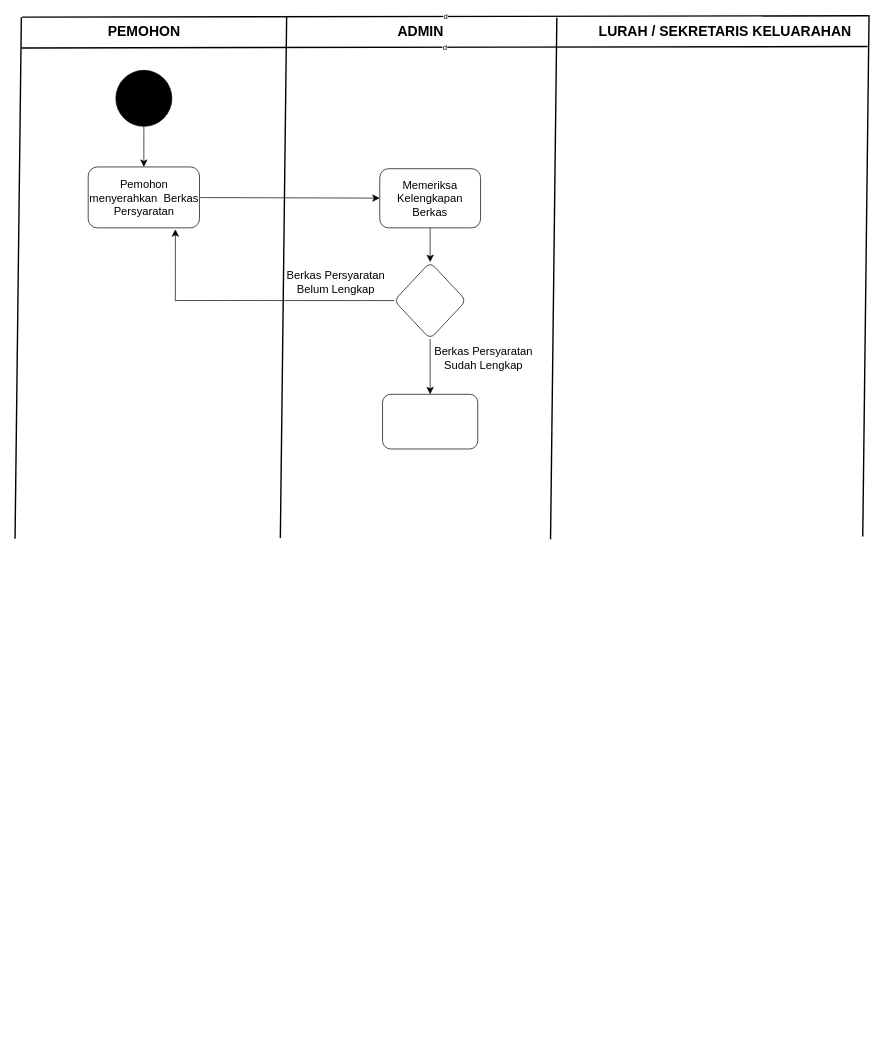
The draw.io diagram Entity PKL.drawio in dickisepto/Latihan-GIT, before the edit. Source tidied: cells renumbered, new cells numbered last; positions are measured from the earlier drawing's top-left corner, leaving out a move shared by most shapes. Both pictures are drawn from the tidied source at 70%, with x=0, y=0 at pixel (15, 15).
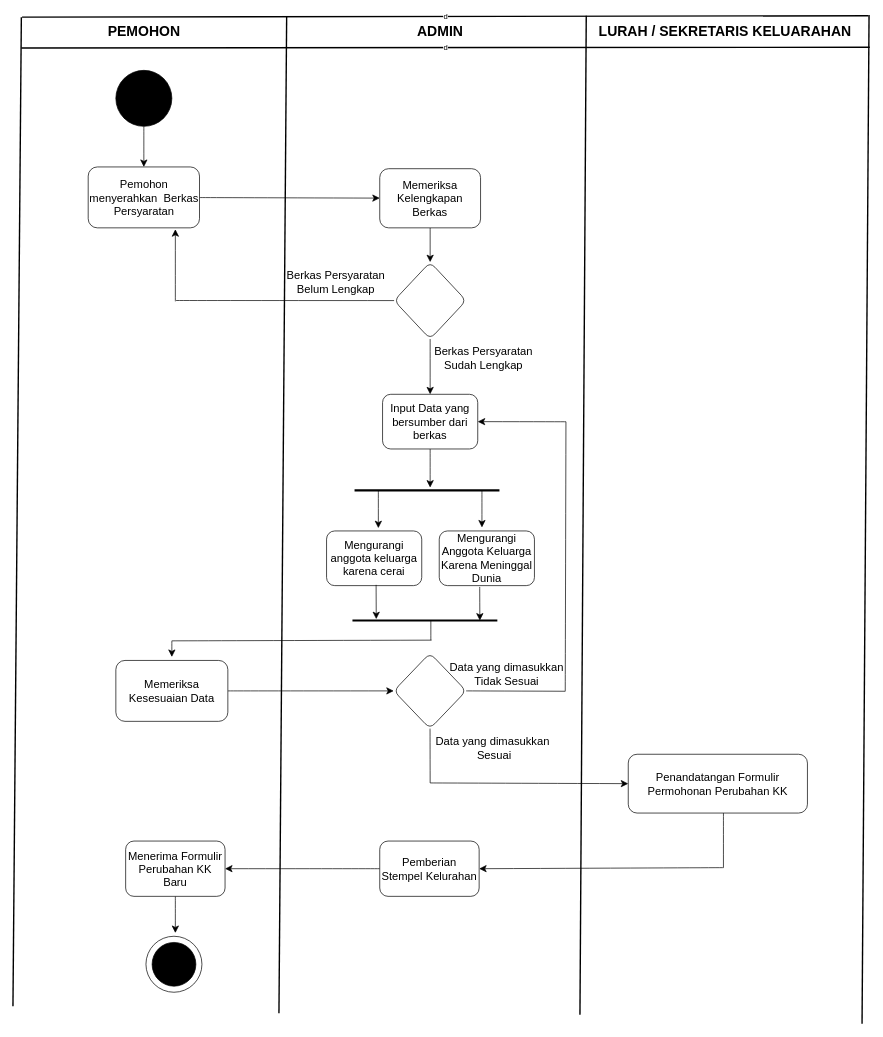
Above is the later version.

Change to the diagram source:
```diff
@@
     <mxCell id="4" value="ADMIN" style="text;html=1;align=center;verticalAlign=middle;fontSize=20;strokeWidth=2;fontStyle=1;" parent="1" vertex="1">
-      <mxGeometry x="537" y="4" width="84" height="36" as="geometry" />
+      <mxGeometry x="565" y="4" width="84" height="36" as="geometry" />
     </mxCell>
@@
     <mxCell id="6" value="d" style="endArrow=none;html=1;rounded=0;strokeColor=default;strokeWidth=2;" parent="1" edge="1">
       <mxGeometry relative="1" as="geometry">
         <mxPoint x="9" y="47" as="sourcePoint" />
-        <mxPoint x="1218" y="45" as="targetPoint" />
+        <mxPoint x="1221" y="46" as="targetPoint" />
       </mxGeometry>
     </mxCell>
     <mxCell id="7" style="endArrow=none;html=1;rounded=0;fontSize=12;startSize=8;endSize=8;curved=1;strokeWidth=2;" parent="1" edge="1">
       <mxGeometry relative="1" as="geometry">
-        <mxPoint y="748" as="sourcePoint" />
+        <mxPoint x="-3" y="1416" as="sourcePoint" />
         <mxPoint x="9" y="3" as="targetPoint" />
       </mxGeometry>
     </mxCell>
     <mxCell id="8" style="endArrow=none;html=1;rounded=0;fontSize=12;startSize=8;endSize=8;curved=1;strokeWidth=2;" parent="1" edge="1">
       <mxGeometry relative="1" as="geometry">
-        <mxPoint x="1211" y="745" as="sourcePoint" />
+        <mxPoint x="1210" y="1441" as="sourcePoint" />
         <mxPoint x="1220" as="targetPoint" />
       </mxGeometry>
     </mxCell>
     <mxCell id="9" style="endArrow=none;html=1;rounded=0;fontSize=12;startSize=8;endSize=8;curved=1;strokeWidth=2;" parent="1" edge="1">
       <mxGeometry relative="1" as="geometry">
-        <mxPoint x="379" y="747" as="sourcePoint" />
+        <mxPoint x="377" y="1426" as="sourcePoint" />
         <mxPoint x="388" y="2" as="targetPoint" />
       </mxGeometry>
     </mxCell>
     <mxCell id="10" style="endArrow=none;html=1;rounded=0;fontSize=12;startSize=8;endSize=8;curved=1;strokeWidth=2;" parent="1" edge="1">
       <mxGeometry relative="1" as="geometry">
-        <mxPoint x="765" y="749" as="sourcePoint" />
-        <mxPoint x="774" y="4" as="targetPoint" />
+        <mxPoint x="807" y="1428" as="sourcePoint" />
+        <mxPoint x="816" y="1" as="targetPoint" />
       </mxGeometry>
     </mxCell>
@@
+    <mxCell id="24" style="edgeStyle=none;curved=1;rounded=0;jettySize=auto;html=1;fontSize=12;startSize=8;endSize=8;" parent="1" edge="1" source="22">
+      <mxGeometry relative="1" as="geometry">
+        <mxPoint x="593" y="675" as="targetPoint" />
+      </mxGeometry>
+    </mxCell>
-    <mxCell id="22" style="whiteSpace=wrap;html=1;fontSize=16;rounded=1;" parent="1" vertex="1">
+    <mxCell id="22" value="Input Data yang bersumber dari berkas " style="whiteSpace=wrap;html=1;fontSize=16;rounded=1;" parent="1" vertex="1">
       <mxGeometry x="525" y="541.8" width="136" height="78.1" as="geometry" />
     </mxCell>
@@
+    <mxCell id="25" style="endArrow=none;html=1;rounded=0;fontSize=12;startSize=8;endSize=8;curved=1;strokeWidth=3;" parent="1" edge="1">
+      <mxGeometry relative="1" as="geometry">
+        <mxPoint x="485" y="679" as="sourcePoint" />
+        <mxPoint x="692" y="679" as="targetPoint" />
+      </mxGeometry>
+    </mxCell>
+    <mxCell id="26" style="endArrow=classic;html=1;rounded=0;fontSize=12;startSize=8;endSize=8;curved=1;" parent="1" edge="1">
+      <mxGeometry relative="1" as="geometry">
+        <mxPoint x="519" y="679" as="sourcePoint" />
+        <mxPoint x="519" y="733" as="targetPoint" />
+      </mxGeometry>
+    </mxCell>
+    <mxCell id="27" style="endArrow=classic;html=1;rounded=0;fontSize=12;startSize=8;endSize=8;curved=1;" parent="1" edge="1">
+      <mxGeometry relative="1" as="geometry">
+        <mxPoint x="667" y="679" as="sourcePoint" />
+        <mxPoint x="667" y="732" as="targetPoint" />
+      </mxGeometry>
+    </mxCell>
+    <mxCell id="28" value="Mengurangi anggota keluarga karena cerai" style="whiteSpace=wrap;html=1;fontSize=16;rounded=1;" parent="1" vertex="1">
+      <mxGeometry x="445" y="737" width="136" height="78.1" as="geometry" />
+    </mxCell>
+    <mxCell id="29" value="Mengurangi Anggota Keluarga Karena Meninggal Dunia" style="whiteSpace=wrap;html=1;fontSize=16;rounded=1;" parent="1" vertex="1">
+      <mxGeometry x="606" y="737" width="136" height="78.1" as="geometry" />
+    </mxCell>
+    <mxCell id="30" style="endArrow=none;html=1;rounded=0;fontSize=12;startSize=8;endSize=8;curved=1;strokeWidth=3;" parent="1" edge="1">
+      <mxGeometry relative="1" as="geometry">
+        <mxPoint x="482" y="865" as="sourcePoint" />
+        <mxPoint x="689" y="865" as="targetPoint" />
+      </mxGeometry>
+    </mxCell>
+    <mxCell id="31" style="endArrow=classic;html=1;rounded=0;fontSize=12;startSize=8;endSize=8;curved=1;" parent="1" edge="1">
+      <mxGeometry relative="1" as="geometry">
+        <mxPoint x="515.8" y="814" as="sourcePoint" />
+        <mxPoint x="516" y="863" as="targetPoint" />
+      </mxGeometry>
+    </mxCell>
+    <mxCell id="32" style="endArrow=classic;html=1;rounded=0;fontSize=12;startSize=8;endSize=8;curved=1;" parent="1" edge="1">
+      <mxGeometry relative="1" as="geometry">
+        <mxPoint x="663.8" y="817" as="sourcePoint" />
+        <mxPoint x="664" y="865" as="targetPoint" />
+      </mxGeometry>
+    </mxCell>
+    <mxCell id="33" style="endArrow=none;html=1;rounded=0;fontSize=12;startSize=8;endSize=8;curved=1;" parent="1" edge="1">
+      <mxGeometry relative="1" as="geometry">
+        <mxPoint x="594" y="893" as="sourcePoint" />
+        <mxPoint x="594" y="865" as="targetPoint" />
+      </mxGeometry>
+    </mxCell>
+    <mxCell id="34" style="endArrow=none;html=1;rounded=0;fontSize=12;startSize=8;endSize=8;curved=1;" parent="1" edge="1">
+      <mxGeometry relative="1" as="geometry">
+        <mxPoint x="224" y="894" as="sourcePoint" />
+        <mxPoint x="595" y="893" as="targetPoint" />
+      </mxGeometry>
+    </mxCell>
+    <mxCell id="35" style="endArrow=classic;html=1;rounded=0;fontSize=12;startSize=8;endSize=8;curved=1;" parent="1" edge="1">
+      <mxGeometry relative="1" as="geometry">
+        <mxPoint x="224" y="894" as="sourcePoint" />
+        <mxPoint x="224" y="917" as="targetPoint" />
+      </mxGeometry>
+    </mxCell>
+    <mxCell id="36" style="edgeStyle=none;curved=1;rounded=0;jettySize=auto;html=1;fontSize=12;startSize=8;endSize=8;" parent="1" edge="1" source="37" target="39">
+      <mxGeometry relative="1" as="geometry" />
+    </mxCell>
+    <mxCell id="37" value="Memeriksa Kesesuaian Data " style="rounded=1;whiteSpace=wrap;html=1;fontSize=16;" parent="1" vertex="1">
+      <mxGeometry x="144" y="922" width="160" height="87" as="geometry" />
+    </mxCell>
+    <mxCell id="38" style="edgeStyle=none;curved=1;rounded=0;jettySize=auto;html=1;fontSize=12;startSize=8;endSize=8;endArrow=none;endFill=0;" parent="1" edge="1" source="39">
+      <mxGeometry relative="1" as="geometry">
+        <mxPoint x="593" y="1097" as="targetPoint" />
+      </mxGeometry>
+    </mxCell>
+    <mxCell id="39" style="rhombus;whiteSpace=wrap;html=1;fontSize=16;rounded=1;" parent="1" vertex="1">
+      <mxGeometry x="541" y="911.5" width="103.5" height="108" as="geometry" />
+    </mxCell>
+    <mxCell id="40" style="endArrow=none;html=1;rounded=0;fontSize=12;startSize=8;endSize=8;curved=1;exitX=1;exitY=0.5;exitDx=0;exitDy=0;" parent="1" edge="1" source="39">
+      <mxGeometry relative="1" as="geometry">
+        <mxPoint x="786" y="966" as="targetPoint" />
+      </mxGeometry>
+    </mxCell>
+    <mxCell id="41" style="endArrow=none;html=1;rounded=0;fontSize=12;startSize=8;endSize=8;curved=1;" parent="1" edge="1">
+      <mxGeometry relative="1" as="geometry">
+        <mxPoint x="786" y="966" as="sourcePoint" />
+        <mxPoint x="787" y="581" as="targetPoint" />
+      </mxGeometry>
+    </mxCell>
+    <mxCell id="42" style="endArrow=classic;html=1;rounded=0;fontSize=12;startSize=8;endSize=8;curved=1;entryX=1;entryY=0.5;entryDx=0;entryDy=0;" parent="1" edge="1" target="22">
+      <mxGeometry relative="1" as="geometry">
+        <mxPoint x="787" y="581" as="sourcePoint" />
+      </mxGeometry>
+    </mxCell>
+    <mxCell id="43" value="&lt;div&gt;Data yang dimasukkan&lt;/div&gt;&lt;div&gt;Tidak Sesuai&lt;br&gt;&lt;/div&gt;" style="text;html=1;align=center;verticalAlign=middle;strokeColor=none;fillColor=none;fontSize=16;" parent="1" vertex="1">
+      <mxGeometry x="611" y="916" width="181" height="50" as="geometry" />
+    </mxCell>
+    <mxCell id="44" value="&lt;div&gt;Data yang dimasukkan&lt;/div&gt;&lt;div&gt;&amp;nbsp;Sesuai&lt;br&gt;&lt;/div&gt;" style="text;html=1;align=center;verticalAlign=middle;strokeColor=none;fillColor=none;fontSize=16;" parent="1" vertex="1">
+      <mxGeometry x="591" y="1022" width="181" height="50" as="geometry" />
+    </mxCell>
+    <mxCell id="45" value="Penandatangan Formulir Permohonan Perubahan KK" style="rounded=1;whiteSpace=wrap;html=1;fontSize=16;" parent="1" vertex="1">
+      <mxGeometry x="876" y="1056" width="256" height="84" as="geometry" />
+    </mxCell>
+    <mxCell id="46" style="endArrow=classic;html=1;rounded=0;fontSize=12;startSize=8;endSize=8;curved=1;entryX=0;entryY=0.5;entryDx=0;entryDy=0;" parent="1" edge="1" target="45">
+      <mxGeometry relative="1" as="geometry">
+        <mxPoint x="593" y="1097" as="sourcePoint" />
+      </mxGeometry>
+    </mxCell>
+    <mxCell id="47" style="edgeStyle=none;curved=1;rounded=0;orthogonalLoop=1;jettySize=auto;html=1;fontSize=12;startSize=8;endSize=8;endArrow=none;endFill=0;" parent="1" edge="1">
+      <mxGeometry relative="1" as="geometry">
+        <mxPoint x="1012" y="1140" as="sourcePoint" />
+        <mxPoint x="1012" y="1218" as="targetPoint" />
+      </mxGeometry>
+    </mxCell>
+    <mxCell id="48" style="endArrow=classic;html=1;rounded=0;fontSize=12;startSize=8;endSize=8;curved=1;entryX=1;entryY=0.5;entryDx=0;entryDy=0;" parent="1" edge="1" target="50">
+      <mxGeometry relative="1" as="geometry">
+        <mxPoint x="1012" y="1218" as="sourcePoint" />
+      </mxGeometry>
+    </mxCell>
+    <mxCell id="49" style="edgeStyle=none;curved=1;rounded=0;jettySize=auto;html=1;fontSize=12;startSize=8;endSize=8;" parent="1" edge="1" source="50" target="52">
+      <mxGeometry relative="1" as="geometry" />
+    </mxCell>
+    <mxCell id="50" value="Pemberian Stempel Kelurahan" style="rounded=1;whiteSpace=wrap;html=1;fontSize=16;" parent="1" vertex="1">
+      <mxGeometry x="521" y="1180" width="142" height="79" as="geometry" />
+    </mxCell>
+    <mxCell id="51" style="edgeStyle=none;curved=1;rounded=0;jettySize=auto;html=1;fontSize=12;startSize=8;endSize=8;" parent="1" edge="1" source="52">
+      <mxGeometry relative="1" as="geometry">
+        <mxPoint x="229" y="1311.3" as="targetPoint" />
+      </mxGeometry>
+    </mxCell>
+    <mxCell id="52" value="Menerima Formulir Perubahan KK Baru" style="rounded=1;whiteSpace=wrap;html=1;fontSize=16;" parent="1" vertex="1">
+      <mxGeometry x="158" y="1180" width="142" height="79" as="geometry" />
+    </mxCell>
+    <mxCell id="53" style="ellipse;whiteSpace=wrap;html=1;fontSize=16;" parent="1" vertex="1">
+      <mxGeometry x="187" y="1316" width="80" height="80" as="geometry" />
+    </mxCell>
+    <mxCell id="54" style="ellipse;whiteSpace=wrap;html=1;fontSize=16;fillColor=#000000;" parent="1" vertex="1">
+      <mxGeometry x="195.8" y="1324.8" width="62.5" height="62.5" as="geometry" />
+    </mxCell>
```
